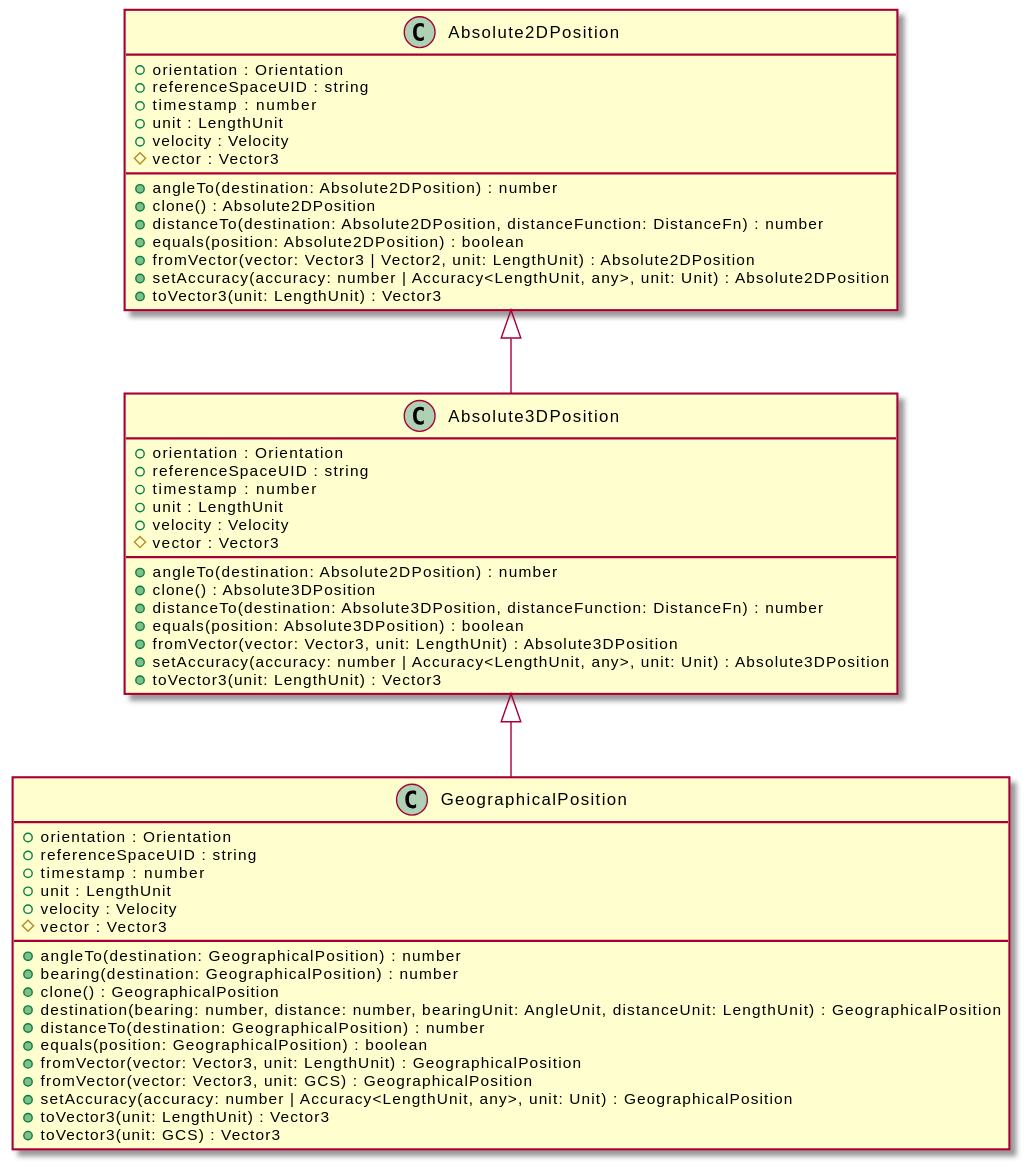
This is assets/Absolute3DPosition-umlClassDiagram-3654.svg from OpenHPS/openhps-core, a PlantUML export, as it was before one commit.
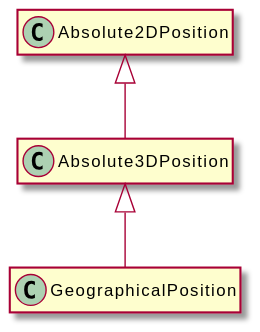
Later version of the same file.

Diff of the diagram source:
```diff
@@ -3,54 +3,11 @@
 hide empty methods
 hide empty fields
 class "Absolute3DPosition" {
-    +orientation : Orientation
-    +referenceSpaceUID : string
-    +timestamp : number
-    +unit : LengthUnit
-    +velocity : Velocity
-    #vector : Vector3
-    +angleTo(destination: Absolute2DPosition) : number
-    +clone() : Absolute3DPosition
-    +distanceTo(destination: Absolute3DPosition, distanceFunction: DistanceFn) : number
-    +equals(position: Absolute3DPosition) : boolean
-    +fromVector(vector: Vector3, unit: LengthUnit) : Absolute3DPosition
-    +setAccuracy(accuracy: number | Accuracy<LengthUnit, any>, unit: Unit) : Absolute3DPosition
-    +toVector3(unit: LengthUnit) : Vector3
 }
 class "Absolute2DPosition" {
-    +orientation : Orientation
-    +referenceSpaceUID : string
-    +timestamp : number
-    +unit : LengthUnit
-    +velocity : Velocity
-    #vector : Vector3
-    +angleTo(destination: Absolute2DPosition) : number
-    +clone() : Absolute2DPosition
-    +distanceTo(destination: Absolute2DPosition, distanceFunction: DistanceFn) : number
-    +equals(position: Absolute2DPosition) : boolean
-    +fromVector(vector: Vector3 | Vector2, unit: LengthUnit) : Absolute2DPosition
-    +setAccuracy(accuracy: number | Accuracy<LengthUnit, any>, unit: Unit) : Absolute2DPosition
-    +toVector3(unit: LengthUnit) : Vector3
 }
 "Absolute2DPosition" <|-- "Absolute3DPosition"
 class "GeographicalPosition" {
-    +orientation : Orientation
-    +referenceSpaceUID : string
-    +timestamp : number
-    +unit : LengthUnit
-    +velocity : Velocity
-    #vector : Vector3
-    +angleTo(destination: GeographicalPosition) : number
-    +bearing(destination: GeographicalPosition) : number
-    +clone() : GeographicalPosition
-    +destination(bearing: number, distance: number, bearingUnit: AngleUnit, distanceUnit: LengthUnit) : GeographicalPosition
-    +distanceTo(destination: GeographicalPosition) : number
-    +equals(position: GeographicalPosition) : boolean
-    +fromVector(vector: Vector3, unit: LengthUnit) : GeographicalPosition
-    +fromVector(vector: Vector3, unit: GCS) : GeographicalPosition
-    +setAccuracy(accuracy: number | Accuracy<LengthUnit, any>, unit: Unit) : GeographicalPosition
-    +toVector3(unit: LengthUnit) : Vector3
-    +toVector3(unit: GCS) : Vector3
 }
 "Absolute3DPosition" <|-- "GeographicalPosition"
 @enduml
```
